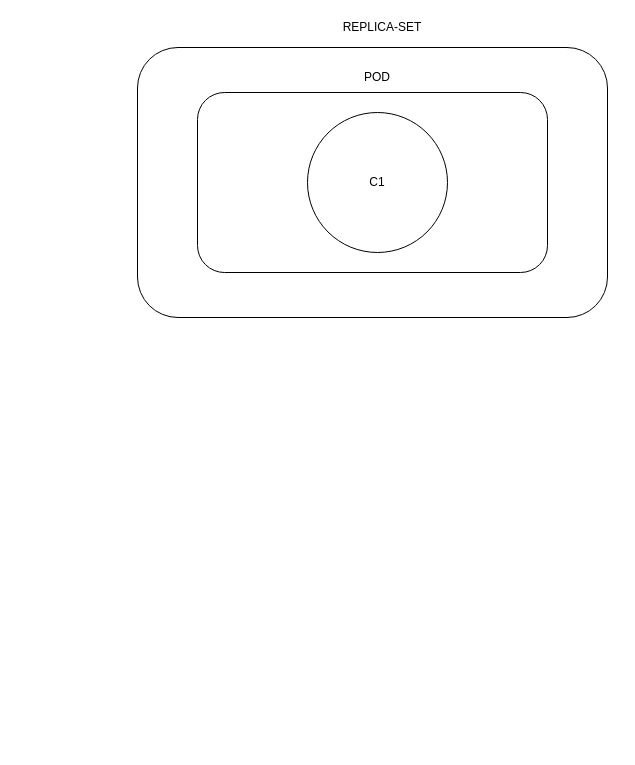
The draw.io diagram replica-set.drawio in ashisnishanka/kubernet, before the edit. Source tidied: cells renumbered, new cells numbered last; positions are measured from the earlier drawing's top-left corner, leaving out a move shared by most shapes. Both pictures are drawn from the tidied source at 100%, with x=0, y=0 at pixel (137, 17).
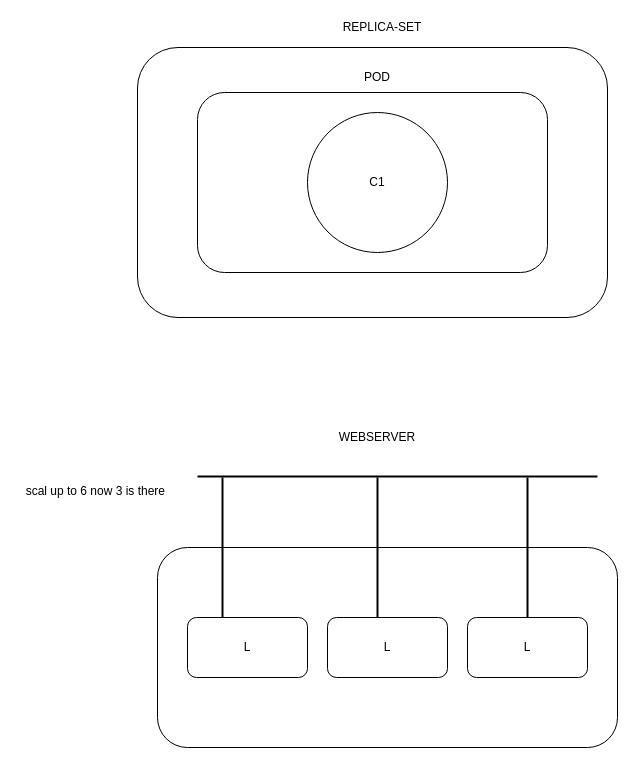
The same page after the edit.

What changed in the source:
```diff
@@
 <mxGraphModel>
   <root>
     <mxCell id="0" />
     <mxCell id="1" parent="0" />
     <mxCell id="2" style="rounded=1;whiteSpace=wrap;html=1;" parent="1" vertex="1">
       <mxGeometry y="30" width="470" height="270" as="geometry" />
     </mxCell>
     <mxCell id="3" style="rounded=1;whiteSpace=wrap;html=1;" parent="1" vertex="1">
       <mxGeometry x="60" y="75" width="350" height="180" as="geometry" />
     </mxCell>
     <mxCell id="4" value="C1" style="ellipse;whiteSpace=wrap;html=1;" parent="1" vertex="1">
       <mxGeometry x="170" y="95" width="140" height="140" as="geometry" />
     </mxCell>
     <mxCell id="5" value="POD" style="text;html=1;strokeColor=none;fillColor=none;align=center;verticalAlign=middle;whiteSpace=wrap;rounded=0;" parent="1" vertex="1">
       <mxGeometry x="220" y="50" width="40" height="20" as="geometry" />
     </mxCell>
     <mxCell id="6" value="REPLICA-SET" style="text;html=1;strokeColor=none;fillColor=none;align=center;verticalAlign=middle;whiteSpace=wrap;rounded=0;" parent="1" vertex="1">
       <mxGeometry x="195" width="100" height="20" as="geometry" />
     </mxCell>
+    <mxCell id="7" style="rounded=1;whiteSpace=wrap;html=1;" parent="1" vertex="1">
+      <mxGeometry x="20" y="530" width="460" height="200" as="geometry" />
+    </mxCell>
+    <mxCell id="8" value="L" style="rounded=1;whiteSpace=wrap;html=1;" parent="1" vertex="1">
+      <mxGeometry x="50" y="600" width="120" height="60" as="geometry" />
+    </mxCell>
+    <mxCell id="9" value="L" style="rounded=1;whiteSpace=wrap;html=1;" parent="1" vertex="1">
+      <mxGeometry x="190" y="600" width="120" height="60" as="geometry" />
+    </mxCell>
+    <mxCell id="10" value="L" style="rounded=1;whiteSpace=wrap;html=1;" parent="1" vertex="1">
+      <mxGeometry x="330" y="600" width="120" height="60" as="geometry" />
+    </mxCell>
+    <mxCell id="11" style="line;strokeWidth=2;direction=south;html=1;" parent="1" vertex="1">
+      <mxGeometry x="80" y="460" width="10" height="140" as="geometry" />
+    </mxCell>
+    <mxCell id="12" style="line;strokeWidth=2;html=1;" parent="1" vertex="1">
+      <mxGeometry x="60" y="454" width="400" height="10" as="geometry" />
+    </mxCell>
+    <mxCell id="13" style="line;strokeWidth=2;direction=south;html=1;" parent="1" vertex="1">
+      <mxGeometry x="235" y="460" width="10" height="140" as="geometry" />
+    </mxCell>
+    <mxCell id="14" style="line;strokeWidth=2;direction=south;html=1;" parent="1" vertex="1">
+      <mxGeometry x="385" y="460" width="10" height="140" as="geometry" />
+    </mxCell>
+    <mxCell id="15" value="WEBSERVER" style="text;html=1;strokeColor=none;fillColor=none;align=center;verticalAlign=middle;whiteSpace=wrap;rounded=0;" parent="1" vertex="1">
+      <mxGeometry x="90" y="410" width="300" height="20" as="geometry" />
+    </mxCell>
+    <mxCell id="16" value="scal up to 6 now 3 is there&amp;nbsp;" style="text;html=1;strokeColor=none;fillColor=none;align=center;verticalAlign=middle;whiteSpace=wrap;rounded=0;" parent="1" vertex="1">
+      <mxGeometry x="-120" y="464" width="160" height="20" as="geometry" />
+    </mxCell>
   </root>
 </mxGraphModel>
```
